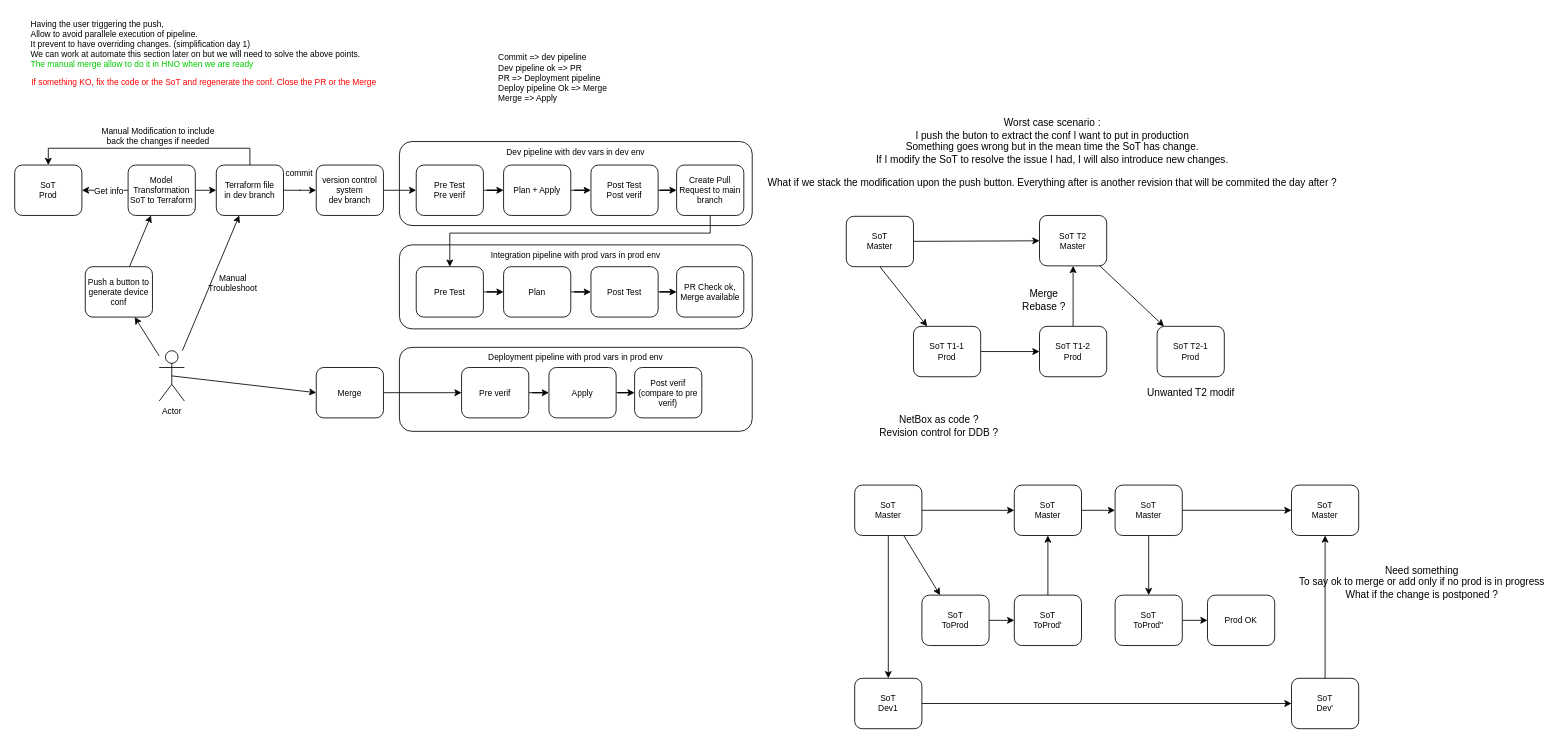
Above: page "WithSoT" (1 of 6) of post/tf-gha-nsxt-cicd/TerraformNetworkCICD-V2.drawio in netmemo/netmemo.github.io (draw.io), before the change. Source tidied: cells renumbered, new cells numbered last; positions are measured from the earlier drawing's top-left corner, leaving out a move shared by most shapes. Both pictures are drawn from the tidied source at 84%, with x=0, y=0 at pixel (14, 14).
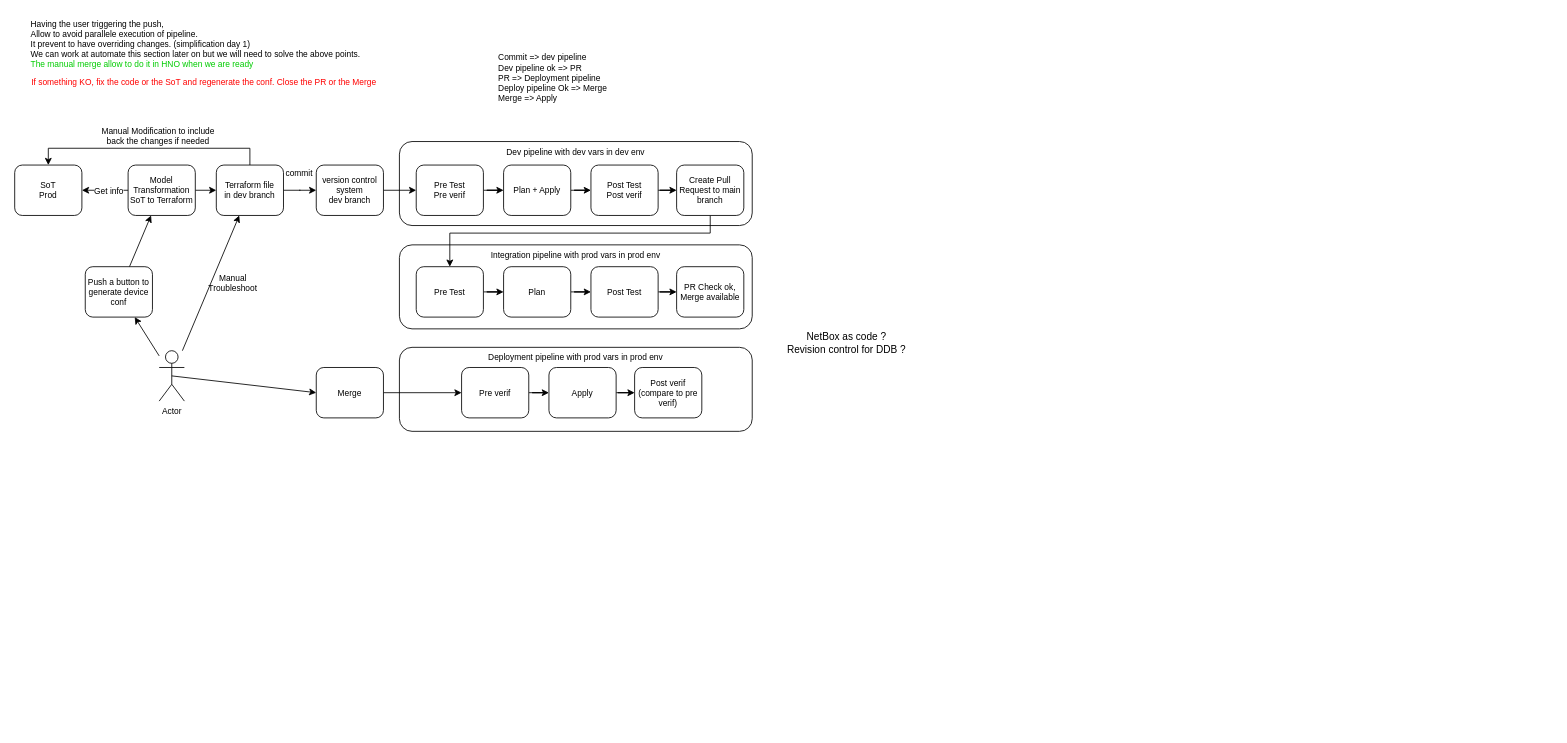
Above is the later version.

The edit, as a diff of the source:
```diff
@@
-    <mxCell id="49" value="Worst case scenario :&lt;br&gt;I push the buton to extract the conf I want to put in production&lt;br&gt;Something goes wrong but in the mean time the SoT has change.&lt;br&gt;If I modify the SoT to resolve the issue I had, I will also introduce new changes.&lt;br&gt;&lt;br&gt;What if we stack the modification upon the push button. Everything after is another revision that will be commited the day after ?" style="text;html=1;align=center;verticalAlign=middle;strokeColor=none;" parent="1" vertex="1">
-      <mxGeometry x="890" y="120" width="690" height="90" as="geometry" />
-    </mxCell>
-    <mxCell id="50" style="rounded=0;jettySize=auto;html=1;exitX=0.5;exitY=1;exitDx=0;exitDy=0;" parent="1" edge="1" source="52" target="54">
-      <mxGeometry relative="1" as="geometry" />
-    </mxCell>
-    <mxCell id="51" style="edgeStyle=none;rounded=0;jettySize=auto;html=1;" parent="1" edge="1" source="52" target="56">
-      <mxGeometry relative="1" as="geometry" />
-    </mxCell>
-    <mxCell id="52" value="&lt;div style=&quot;font-size: 10px&quot;&gt;SoT&lt;/div&gt;&lt;div style=&quot;font-size: 10px&quot;&gt;Master&lt;/div&gt;" style="rounded=1;whiteSpace=wrap;html=1;fontSize=10;" parent="1" vertex="1">
-      <mxGeometry x="990" y="240" width="80" height="60" as="geometry" />
-    </mxCell>
-    <mxCell id="53" style="edgeStyle=none;rounded=0;jettySize=auto;html=1;" parent="1" edge="1" source="54" target="58">
-      <mxGeometry relative="1" as="geometry" />
-    </mxCell>
-    <mxCell id="54" value="&lt;div style=&quot;font-size: 10px&quot;&gt;SoT T1-1&lt;/div&gt;&lt;div style=&quot;font-size: 10px&quot;&gt;Prod&lt;/div&gt;" style="rounded=1;whiteSpace=wrap;html=1;fontSize=10;" parent="1" vertex="1">
-      <mxGeometry x="1070" y="371" width="80" height="60" as="geometry" />
-    </mxCell>
-    <mxCell id="55" style="edgeStyle=none;rounded=0;jettySize=auto;html=1;" parent="1" edge="1" source="56" target="59">
-      <mxGeometry relative="1" as="geometry" />
-    </mxCell>
-    <mxCell id="56" value="&lt;div style=&quot;font-size: 10px&quot;&gt;SoT T2&lt;/div&gt;&lt;div style=&quot;font-size: 10px&quot;&gt;Master&lt;/div&gt;" style="rounded=1;whiteSpace=wrap;html=1;fontSize=10;" parent="1" vertex="1">
-      <mxGeometry x="1220" y="239" width="80" height="60" as="geometry" />
-    </mxCell>
-    <mxCell id="57" style="edgeStyle=none;rounded=0;jettySize=auto;html=1;" parent="1" edge="1" source="58" target="56">
-      <mxGeometry relative="1" as="geometry" />
-    </mxCell>
-    <mxCell id="58" value="&lt;div style=&quot;font-size: 10px&quot;&gt;SoT T1-2&lt;/div&gt;&lt;div style=&quot;font-size: 10px&quot;&gt;Prod&lt;/div&gt;" style="rounded=1;whiteSpace=wrap;html=1;fontSize=10;" parent="1" vertex="1">
-      <mxGeometry x="1220" y="371" width="80" height="60" as="geometry" />
-    </mxCell>
-    <mxCell id="59" value="&lt;div style=&quot;font-size: 10px&quot;&gt;SoT T2-1&lt;/div&gt;&lt;div style=&quot;font-size: 10px&quot;&gt;Prod&lt;/div&gt;" style="rounded=1;whiteSpace=wrap;html=1;fontSize=10;" parent="1" vertex="1">
-      <mxGeometry x="1360" y="371" width="80" height="60" as="geometry" />
-    </mxCell>
-    <mxCell id="60" value="Unwanted T2 modif" style="text;html=1;align=center;verticalAlign=middle;strokeColor=none;" parent="1" vertex="1">
-      <mxGeometry x="1340" y="440" width="120" height="20" as="geometry" />
-    </mxCell>
-    <mxCell id="61" style="edgeStyle=none;rounded=0;jettySize=auto;html=1;" parent="1" edge="1" source="65" target="72">
-      <mxGeometry relative="1" as="geometry" />
-    </mxCell>
-    <mxCell id="62" style="edgeStyle=none;rounded=0;jettySize=auto;html=1;" parent="1" edge="1" source="65" target="68">
-      <mxGeometry relative="1" as="geometry" />
-    </mxCell>
-    <mxCell id="63" style="edgeStyle=none;rounded=0;jettySize=auto;html=1;" parent="1" edge="1" source="81" target="74">
-      <mxGeometry relative="1" as="geometry" />
-    </mxCell>
-    <mxCell id="64" style="edgeStyle=none;rounded=0;jettySize=auto;html=1;" parent="1" edge="1" source="65" target="78">
-      <mxGeometry relative="1" as="geometry" />
-    </mxCell>
-    <mxCell id="65" value="&lt;div style=&quot;font-size: 10px&quot;&gt;SoT&lt;/div&gt;&lt;div style=&quot;font-size: 10px&quot;&gt;Master&lt;/div&gt;" style="rounded=1;whiteSpace=wrap;html=1;fontSize=10;" parent="1" vertex="1">
-      <mxGeometry x="1000" y="560" width="80" height="60" as="geometry" />
-    </mxCell>
-    <mxCell id="66" style="edgeStyle=none;rounded=0;jettySize=auto;html=1;" parent="1" edge="1" source="72" target="70">
-      <mxGeometry relative="1" as="geometry" />
-    </mxCell>
-    <mxCell id="67" style="edgeStyle=none;rounded=0;jettySize=auto;html=1;entryX=0;entryY=0.5;entryDx=0;entryDy=0;" parent="1" edge="1" source="68" target="76">
-      <mxGeometry relative="1" as="geometry" />
-    </mxCell>
-    <mxCell id="68" value="&lt;div style=&quot;font-size: 10px&quot;&gt;SoT&lt;/div&gt;&lt;div style=&quot;font-size: 10px&quot;&gt;Dev1&lt;/div&gt;" style="rounded=1;whiteSpace=wrap;html=1;fontSize=10;" parent="1" vertex="1">
-      <mxGeometry x="1000" y="790" width="80" height="60" as="geometry" />
-    </mxCell>
-    <mxCell id="69" style="edgeStyle=none;rounded=0;jettySize=auto;html=1;" parent="1" edge="1" source="70" target="78">
-      <mxGeometry relative="1" as="geometry" />
-    </mxCell>
-    <mxCell id="70" value="&lt;div style=&quot;font-size: 10px&quot;&gt;SoT&lt;/div&gt;&lt;div style=&quot;font-size: 10px&quot;&gt;ToProd'&lt;/div&gt;" style="rounded=1;whiteSpace=wrap;html=1;fontSize=10;" parent="1" vertex="1">
-      <mxGeometry x="1190" y="691" width="80" height="60" as="geometry" />
-    </mxCell>
-    <mxCell id="71" value="Merge&lt;br&gt;Rebase ?" style="text;html=1;align=center;verticalAlign=middle;strokeColor=none;" parent="1" vertex="1">
-      <mxGeometry x="1190" y="325" width="70" height="30" as="geometry" />
-    </mxCell>
-    <mxCell id="72" value="&lt;div style=&quot;font-size: 10px&quot;&gt;SoT&lt;/div&gt;&lt;div style=&quot;font-size: 10px&quot;&gt;ToProd&lt;/div&gt;" style="rounded=1;whiteSpace=wrap;html=1;fontSize=10;" parent="1" vertex="1">
-      <mxGeometry x="1080" y="691" width="80" height="60" as="geometry" />
-    </mxCell>
-    <mxCell id="73" style="edgeStyle=none;rounded=0;jettySize=auto;html=1;" parent="1" edge="1" source="74" target="82">
-      <mxGeometry relative="1" as="geometry" />
-    </mxCell>
-    <mxCell id="74" value="&lt;div style=&quot;font-size: 10px&quot;&gt;SoT&lt;/div&gt;&lt;div style=&quot;font-size: 10px&quot;&gt;ToProd''&lt;/div&gt;" style="rounded=1;whiteSpace=wrap;html=1;fontSize=10;" parent="1" vertex="1">
-      <mxGeometry x="1310" y="691" width="80" height="60" as="geometry" />
-    </mxCell>
-    <mxCell id="75" style="edgeStyle=none;rounded=0;jettySize=auto;html=1;" parent="1" edge="1" source="76" target="83">
-      <mxGeometry relative="1" as="geometry" />
-    </mxCell>
-    <mxCell id="76" value="&lt;div style=&quot;font-size: 10px&quot;&gt;SoT&lt;/div&gt;&lt;div style=&quot;font-size: 10px&quot;&gt;Dev'&lt;/div&gt;" style="rounded=1;whiteSpace=wrap;html=1;fontSize=10;" parent="1" vertex="1">
-      <mxGeometry x="1520" y="790" width="80" height="60" as="geometry" />
-    </mxCell>
-    <mxCell id="77" style="edgeStyle=none;rounded=0;jettySize=auto;html=1;" parent="1" edge="1" source="78" target="81">
-      <mxGeometry relative="1" as="geometry" />
-    </mxCell>
-    <mxCell id="78" value="&lt;div style=&quot;font-size: 10px&quot;&gt;SoT&lt;/div&gt;&lt;div style=&quot;font-size: 10px&quot;&gt;Master&lt;/div&gt;" style="rounded=1;whiteSpace=wrap;html=1;fontSize=10;" parent="1" vertex="1">
-      <mxGeometry x="1190" y="560" width="80" height="60" as="geometry" />
-    </mxCell>
     <mxCell id="79" value="NetBox as code ?&lt;br&gt;Revision control for DDB ?" style="text;html=1;align=center;verticalAlign=middle;strokeColor=none;" parent="1" vertex="1">
-      <mxGeometry x="1020" y="475" width="160" height="30" as="geometry" />
+      <mxGeometry x="910" y="376" width="160" height="30" as="geometry" />
     </mxCell>
-    <mxCell id="80" style="edgeStyle=none;rounded=0;jettySize=auto;html=1;" parent="1" edge="1" source="81" target="83">
-      <mxGeometry relative="1" as="geometry" />
-    </mxCell>
-    <mxCell id="81" value="&lt;div style=&quot;font-size: 10px&quot;&gt;SoT&lt;/div&gt;&lt;div style=&quot;font-size: 10px&quot;&gt;Master&lt;/div&gt;" style="rounded=1;whiteSpace=wrap;html=1;fontSize=10;" parent="1" vertex="1">
-      <mxGeometry x="1310" y="560" width="80" height="60" as="geometry" />
-    </mxCell>
-    <mxCell id="82" value="&lt;div style=&quot;font-size: 10px&quot;&gt;Prod OK&lt;/div&gt;" style="rounded=1;whiteSpace=wrap;html=1;fontSize=10;" parent="1" vertex="1">
-      <mxGeometry x="1420" y="691" width="80" height="60" as="geometry" />
-    </mxCell>
-    <mxCell id="83" value="&lt;div style=&quot;font-size: 10px&quot;&gt;SoT&lt;/div&gt;&lt;div style=&quot;font-size: 10px&quot;&gt;Master&lt;/div&gt;" style="rounded=1;whiteSpace=wrap;html=1;fontSize=10;" parent="1" vertex="1">
-      <mxGeometry x="1520" y="560" width="80" height="60" as="geometry" />
-    </mxCell>
-    <mxCell id="84" value="Need something&lt;br&gt;To say ok to merge or add only if no prod is in progress&lt;br&gt;What if the change is postponed ?" style="text;html=1;align=center;verticalAlign=middle;strokeColor=none;" parent="1" vertex="1">
-      <mxGeometry x="1520" y="651" width="310" height="50" as="geometry" />
-    </mxCell>
```
